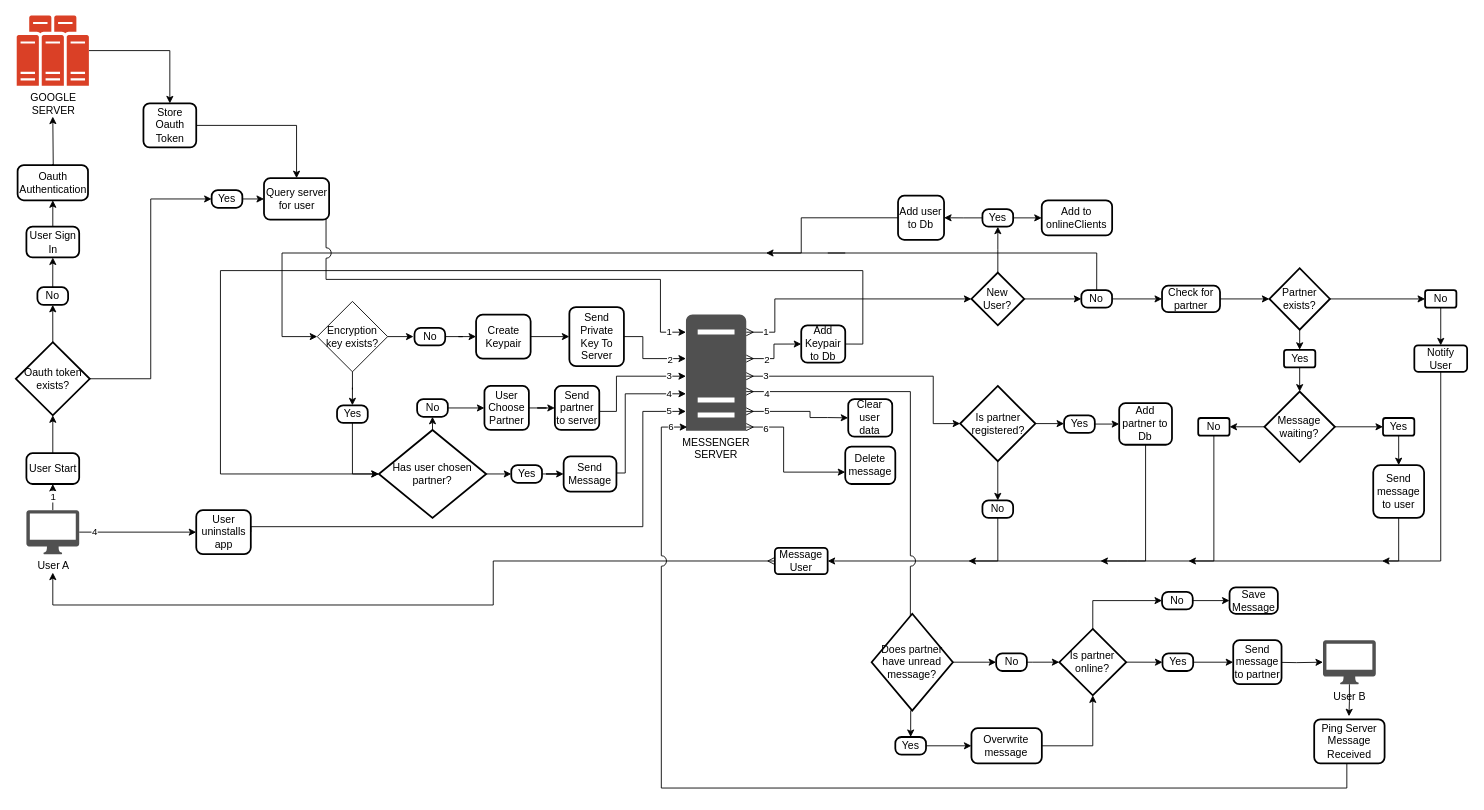
Above: mini_messenger_flowchart.drawio in gitupwithit/mini_messenger_extension (draw.io), before the change. Source tidied: cells renumbered, new cells numbered last; positions are measured from the earlier drawing's top-left corner, leaving out a move shared by most shapes. Both pictures are drawn from the tidied source at 88%, with x=0, y=0 at pixel (16, 15).
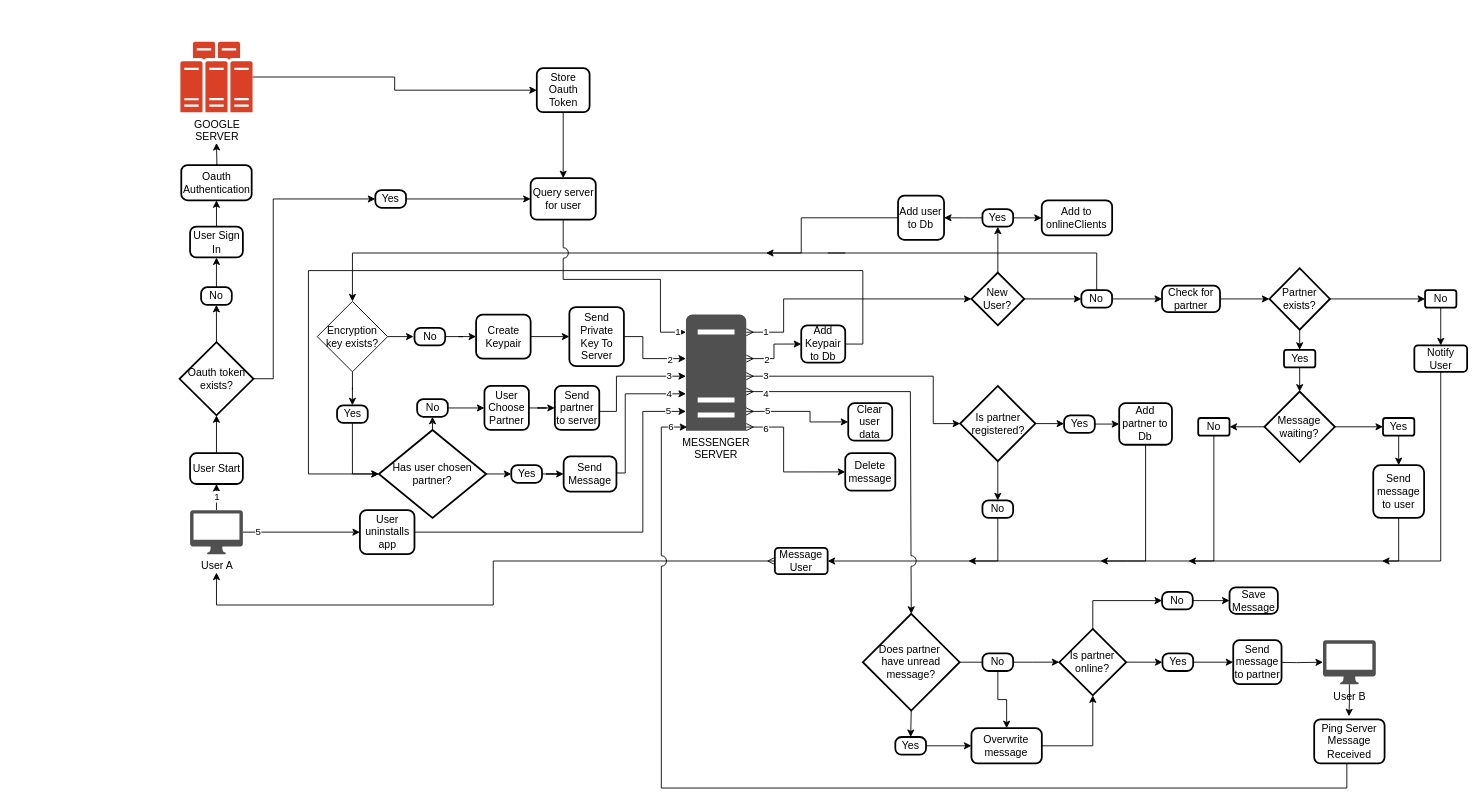
The same diagram, later.

The change refers to these unchanged cells:
```xml
<mxCell id="10" value="MESSENGER&lt;br&gt;SERVER" style="sketch=0;shadow=0;dashed=0;html=1;strokeColor=none;fillColor=#505050;labelPosition=center;verticalLabelPosition=bottom;verticalAlign=top;outlineConnect=0;align=center;shape=mxgraph.office.servers.server_generic;points=[[0.11,0.94,0,0,0],[0.5,1,0,0,34],[1,1,0,2,3]];" parent="1" vertex="1">
  <mxGeometry x="761" y="340" width="68.5" height="132" as="geometry" />
</mxCell>
<mxCell id="17" value="New User?" style="strokeWidth=2;html=1;shape=mxgraph.flowchart.decision;whiteSpace=wrap;" parent="1" vertex="1">
  <mxGeometry x="1085.4" y="292.2" width="60" height="60" as="geometry" />
</mxCell>
<mxCell id="48" value="Has user chosen partner?" style="strokeWidth=2;html=1;shape=mxgraph.flowchart.decision;whiteSpace=wrap;" parent="1" vertex="1">
  <mxGeometry x="412" y="471.1" width="122" height="100" as="geometry" />
</mxCell>
<mxCell id="89" value="Message User" style="whiteSpace=wrap;html=1;rounded=1;arcSize=14;strokeWidth=2;" parent="1" vertex="1">
  <mxGeometry x="862" y="605" width="60" height="30" as="geometry" />
</mxCell>
<mxCell id="97" value="Overwrite&lt;div&gt;message&lt;/div&gt;" style="rounded=1;whiteSpace=wrap;html=1;absoluteArcSize=1;arcSize=14;strokeWidth=2;" parent="1" vertex="1">
  <mxGeometry x="1085.4" y="810" width="80" height="40" as="geometry" />
</mxCell>
<mxCell id="117" value="Encryption key exists?" style="rhombus;whiteSpace=wrap;html=1;" parent="1" vertex="1">
  <mxGeometry x="342" y="325" width="80" height="80" as="geometry" />
</mxCell>
<mxCell id="128" value="Add Keypair to Db" style="rounded=1;whiteSpace=wrap;html=1;absoluteArcSize=1;arcSize=14;strokeWidth=2;" parent="1" vertex="1">
  <mxGeometry x="892" y="352.2" width="50" height="42.5" as="geometry" />
</mxCell>
```

What changed in the source:
```diff
@@
-    <mxCell id="3" value="4" style="edgeStyle=orthogonalEdgeStyle;rounded=0;jettySize=auto;html=1;entryX=0;entryY=0.5;entryDx=0;entryDy=0;" parent="1" edge="1" source="4" target="94">
+    <mxCell id="3" value="5" style="edgeStyle=orthogonalEdgeStyle;rounded=0;jettySize=auto;html=1;entryX=0;entryY=0.5;entryDx=0;entryDy=0;" parent="1" edge="1" source="4" target="94">
       <mxGeometry x="-0.75" relative="1" as="geometry" />
     </mxCell>
     <mxCell id="4" value="User A" style="sketch=0;shadow=0;dashed=0;html=1;strokeColor=none;fillColor=#505050;labelPosition=center;verticalLabelPosition=bottom;verticalAlign=top;outlineConnect=0;align=center;shape=mxgraph.office.devices.mac_client;points=[[0.02,0.06,0,0,0],[0.5,1,0,0,27]];" parent="1" vertex="1">
-      <mxGeometry x="11.5" y="562.2" width="60" height="50" as="geometry" />
+      <mxGeometry x="197.5" y="562.2" width="60" height="50" as="geometry" />
     </mxCell>
     <mxCell id="5" value="User Start" style="rounded=1;whiteSpace=wrap;html=1;absoluteArcSize=1;arcSize=14;strokeWidth=2;" parent="1" vertex="1">
-      <mxGeometry x="11.5" y="497.5" width="60" height="35" as="geometry" />
+      <mxGeometry x="197.5" y="497.5" width="60" height="35" as="geometry" />
     </mxCell>
     <mxCell id="6" value="1" style="edgeStyle=orthogonalEdgeStyle;rounded=0;jettySize=auto;html=1;jumpStyle=none;startArrow=ERmany;startFill=0;strokeWidth=1;shadow=0;entryX=0;entryY=0.5;entryDx=0;entryDy=0;entryPerimeter=0;" parent="1" edge="1" source="10" target="17">
       <mxGeometry x="-0.85" relative="1" as="geometry">
         <Array as="points">
-          <mxPoint x="862" y="360" />
-          <mxPoint x="862" y="322" />
+          <mxPoint x="872" y="360" />
+          <mxPoint x="872" y="322" />
         </Array>
       </mxGeometry>
     </mxCell>
-    <mxCell id="7" value="&lt;div&gt;6&lt;/div&gt;" style="edgeStyle=orthogonalEdgeStyle;rounded=0;orthogonalLoop=1;jettySize=auto;html=1;entryX=0;entryY=0.5;entryDx=0;entryDy=0;startArrow=ERmany;startFill=0;jumpStyle=none;" parent="1" edge="1">
+    <mxCell id="7" value="&lt;div&gt;6&lt;/div&gt;" style="edgeStyle=orthogonalEdgeStyle;rounded=0;jettySize=auto;html=1;entryX=0;entryY=0.5;entryDx=0;entryDy=0;startArrow=ERmany;startFill=0;jumpStyle=none;" parent="1" edge="1" target="101">
       <mxGeometry x="-0.73" y="-2" relative="1" as="geometry">
         <mxPoint x="829.5" y="467.8" as="sourcePoint" />
-        <mxPoint x="942" y="519" as="targetPoint" />
         <Array as="points">
-          <mxPoint x="872" y="467.7" />
-          <mxPoint x="872" y="518.7" />
+          <mxPoint x="872" y="468" />
+          <mxPoint x="872" y="519" />
+          <mxPoint x="942" y="519" />
         </Array>
       </mxGeometry>
     </mxCell>
@@
-    <mxCell id="11" style="edgeStyle=orthogonalEdgeStyle;rounded=0;jettySize=auto;html=1;entryX=0.5;entryY=0;entryDx=0;entryDy=0;" parent="1" edge="1" source="12" target="15">
+    <mxCell id="11" style="edgeStyle=orthogonalEdgeStyle;rounded=0;jettySize=auto;html=1;entryX=0;entryY=0.5;entryDx=0;entryDy=0;" parent="1" edge="1" source="12" target="15">
       <mxGeometry relative="1" as="geometry" />
     </mxCell>
     <mxCell id="12" value="GOOGLE&lt;br&gt;SERVER" style="sketch=0;shadow=0;dashed=0;html=1;strokeColor=none;fillColor=#505050;labelPosition=center;verticalLabelPosition=bottom;verticalAlign=top;outlineConnect=0;align=center;shape=mxgraph.office.servers.server_farm;fillColor=#DA4026;points=[[0,0.84,0,-3,0],[0.5,1,0,0,35]];" parent="1" vertex="1">
-      <mxGeometry x="0.5" width="82" height="80" as="geometry" />
+      <mxGeometry x="186.5" y="30" width="82" height="80" as="geometry" />
     </mxCell>
     <mxCell id="13" value="Oauth&lt;div&gt;&lt;span style=&quot;background-color: initial;&quot;&gt;Authentication&lt;/span&gt;&lt;/div&gt;" style="rounded=1;whiteSpace=wrap;html=1;absoluteArcSize=1;arcSize=14;strokeWidth=2;" parent="1" vertex="1">
-      <mxGeometry x="1.5" y="170.1" width="80" height="40" as="geometry" />
+      <mxGeometry x="187.5" y="170.1" width="80" height="40" as="geometry" />
     </mxCell>
-    <mxCell id="14" style="edgeStyle=orthogonalEdgeStyle;rounded=0;jettySize=auto;html=1;exitX=1;exitY=0.5;exitDx=0;exitDy=0;entryX=0.5;entryY=0;entryDx=0;entryDy=0;" parent="1" edge="1" source="15" target="113">
+    <mxCell id="14" style="edgeStyle=orthogonalEdgeStyle;rounded=0;jettySize=auto;html=1;exitX=0.5;exitY=1;exitDx=0;exitDy=0;entryX=0.5;entryY=0;entryDx=0;entryDy=0;" parent="1" edge="1" source="15" target="113">
       <mxGeometry relative="1" as="geometry" />
     </mxCell>
     <mxCell id="15" value="Store&lt;div&gt;Oauth&lt;/div&gt;&lt;div&gt;Token&lt;/div&gt;" style="rounded=1;whiteSpace=wrap;html=1;absoluteArcSize=1;arcSize=14;strokeWidth=2;" parent="1" vertex="1">
-      <mxGeometry x="144.5" y="100" width="60" height="50" as="geometry" />
+      <mxGeometry x="591.5" y="60" width="60" height="50" as="geometry" />
     </mxCell>
@@
     <mxCell id="27" style="edgeStyle=orthogonalEdgeStyle;rounded=0;jettySize=auto;html=1;exitX=0;exitY=0.5;exitDx=0;exitDy=0;entryX=0.5;entryY=1;entryDx=0;entryDy=21;entryPerimeter=0;startArrow=ERmany;startFill=0;flowAnimation=1;" parent="1" edge="1" source="89" target="4">
       <mxGeometry relative="1" as="geometry">
         <Array as="points">
           <mxPoint x="542" y="620" />
           <mxPoint x="542" y="670" />
-          <mxPoint x="41" y="670" />
+          <mxPoint x="227" y="670" />
         </Array>
       </mxGeometry>
     </mxCell>
-    <mxCell id="28" style="edgeStyle=orthogonalEdgeStyle;rounded=0;jettySize=auto;html=1;flowAnimation=1;entryX=0;entryY=0.5;entryDx=0;entryDy=0;jumpStyle=arc;jumpSize=12;" parent="1" edge="1" target="117">
+    <mxCell id="28" style="edgeStyle=orthogonalEdgeStyle;rounded=0;jettySize=auto;html=1;flowAnimation=1;entryX=0.5;entryY=0;entryDx=0;entryDy=0;jumpStyle=arc;jumpSize=12;" parent="1" edge="1" target="117">
       <mxGeometry relative="1" as="geometry">
         <mxPoint x="892" y="245" as="sourcePoint" />
         <Array as="points">
-          <mxPoint x="892" y="245" />
           <mxPoint x="892" y="270" />
-          <mxPoint x="302" y="270" />
-          <mxPoint x="302" y="365" />
+          <mxPoint x="382" y="270" />
         </Array>
       </mxGeometry>
     </mxCell>
@@
-    <mxCell id="76" value="4" style="edgeStyle=orthogonalEdgeStyle;rounded=0;orthogonalLoop=1;jettySize=auto;html=1;entryX=0.5;entryY=0;entryDx=0;entryDy=0;entryPerimeter=0;startArrow=ERmany;startFill=0;jumpStyle=arc;jumpSize=12;" parent="1" edge="1">
+    <mxCell id="76" value="4" style="edgeStyle=orthogonalEdgeStyle;rounded=0;jettySize=auto;html=1;startArrow=ERmany;startFill=0;jumpStyle=arc;jumpSize=12;entryX=0.5;entryY=0;entryDx=0;entryDy=0;entryPerimeter=0;" parent="1" edge="1" target="84">
       <mxGeometry x="-0.9" y="-2" relative="1" as="geometry">
         <mxPoint x="829.5" y="427.5" as="sourcePoint" />
-        <mxPoint x="1018.2" y="701.5" as="targetPoint" />
         <Array as="points">
-          <mxPoint x="1016" y="427.5" />
-          <mxPoint x="1016" y="696.5" />
+          <mxPoint x="1016" y="428" />
+          <mxPoint x="1016" y="650" />
+          <mxPoint x="1017" y="650" />
         </Array>
       </mxGeometry>
     </mxCell>
@@
-    <mxCell id="84" value="&lt;span style=&quot;background-color: initial;&quot;&gt;Does partner have unread message?&lt;/span&gt;" style="strokeWidth=2;html=1;shape=mxgraph.flowchart.decision;whiteSpace=wrap;" parent="1" vertex="1">
-      <mxGeometry x="972" y="680" width="92.3" height="110" as="geometry" />
+    <mxCell id="84" value="&lt;span style=&quot;background-color: initial;&quot;&gt;Does partner&amp;nbsp;&lt;/span&gt;&lt;div&gt;&lt;span style=&quot;background-color: initial;&quot;&gt;have unread message?&lt;/span&gt;&lt;/div&gt;" style="strokeWidth=2;html=1;shape=mxgraph.flowchart.decision;whiteSpace=wrap;" parent="1" vertex="1">
+      <mxGeometry x="962" y="680" width="110" height="110" as="geometry" />
     </mxCell>
@@
+    <mxCell id="131" style="edgeStyle=orthogonalEdgeStyle;rounded=0;jettySize=auto;html=1;" parent="1" edge="1" source="87" target="97">
+      <mxGeometry relative="1" as="geometry" />
+    </mxCell>
     <mxCell id="87" value="No" style="rounded=1;whiteSpace=wrap;html=1;absoluteArcSize=1;arcSize=14;strokeWidth=2;" parent="1" vertex="1">
-      <mxGeometry x="1113.5" y="725" width="34.9" height="20" as="geometry" />
+      <mxGeometry x="1097.9" y="725" width="34.9" height="20" as="geometry" />
     </mxCell>
@@
     <mxCell id="93" value="5" style="edgeStyle=orthogonalEdgeStyle;rounded=0;jettySize=auto;html=1;exitX=1;exitY=0.5;exitDx=0;exitDy=0;" parent="1" edge="1" source="94" target="10">
-      <mxGeometry x="0.94" relative="1" as="geometry">
+      <mxGeometry x="0.91" relative="1" as="geometry">
         <Array as="points">
-          <mxPoint x="267" y="581" />
-          <mxPoint x="712" y="581" />
+          <mxPoint x="712" y="587" />
           <mxPoint x="712" y="450" />
         </Array>
       </mxGeometry>
     </mxCell>
     <mxCell id="94" value="User uninstalls app" style="rounded=1;whiteSpace=wrap;html=1;absoluteArcSize=1;arcSize=15;strokeWidth=2;" parent="1" vertex="1">
-      <mxGeometry x="204.5" y="562.2" width="62" height="50" as="geometry" />
+      <mxGeometry x="390.5" y="562.2" width="62" height="50" as="geometry" />
     </mxCell>
     <mxCell id="95" value="Clear&lt;div&gt;user&lt;/div&gt;&lt;div&gt;data&lt;/div&gt;" style="rounded=1;whiteSpace=wrap;html=1;absoluteArcSize=1;arcSize=14;strokeWidth=2;" parent="1" vertex="1">
-      <mxGeometry x="945.4" y="436.1" width="50" height="42.5" as="geometry" />
+      <mxGeometry x="945.4" y="440.7" width="50" height="42.5" as="geometry" />
     </mxCell>
     <mxCell id="96" value="5" style="edgeStyle=orthogonalEdgeStyle;rounded=0;jettySize=auto;html=1;startArrow=ERmany;startFill=0;entryX=0;entryY=0.5;entryDx=0;entryDy=0;" parent="1" edge="1" source="10" target="95">
       <mxGeometry x="-0.63" relative="1" as="geometry">
         <Array as="points">
           <mxPoint x="902" y="450" />
-          <mxPoint x="902" y="457" />
-          <mxPoint x="922" y="457" />
+          <mxPoint x="902" y="462" />
         </Array>
       </mxGeometry>
     </mxCell>
@@
     <mxCell id="101" value="Delete message" style="rounded=1;whiteSpace=wrap;html=1;absoluteArcSize=1;arcSize=14;strokeWidth=2;" parent="1" vertex="1">
-      <mxGeometry x="942" y="490" width="56.9" height="42.5" as="geometry" />
+      <mxGeometry x="942" y="497.5" width="56.9" height="42.5" as="geometry" />
     </mxCell>
@@
     <mxCell id="103" style="edgeStyle=orthogonalEdgeStyle;rounded=0;jettySize=auto;html=1;exitX=1;exitY=0.5;exitDx=0;exitDy=0;exitPerimeter=0;jumpStyle=arc;jumpSize=12;entryX=0;entryY=0.5;entryDx=0;entryDy=0;" parent="1" edge="1" source="104" target="106">
-      <mxGeometry relative="1" as="geometry" />
+      <mxGeometry relative="1" as="geometry">
+        <Array as="points">
+          <mxPoint x="292" y="413" />
+          <mxPoint x="292" y="209" />
+        </Array>
+      </mxGeometry>
     </mxCell>
     <mxCell id="104" value="Oauth token exists?" style="strokeWidth=2;html=1;shape=mxgraph.flowchart.decision;whiteSpace=wrap;" parent="1" vertex="1">
-      <mxGeometry x="-0.5" y="371.4" width="84" height="83" as="geometry" />
+      <mxGeometry x="185.5" y="371.4" width="84" height="83" as="geometry" />
     </mxCell>
@@
     <mxCell id="106" value="Yes" style="rounded=1;whiteSpace=wrap;html=1;absoluteArcSize=1;arcSize=14;strokeWidth=2;" parent="1" vertex="1">
-      <mxGeometry x="222" y="198.6" width="34.9" height="20" as="geometry" />
+      <mxGeometry x="408" y="198.6" width="34.9" height="20" as="geometry" />
     </mxCell>
     <mxCell id="107" value="No" style="rounded=1;whiteSpace=wrap;html=1;absoluteArcSize=1;arcSize=14;strokeWidth=2;" parent="1" vertex="1">
-      <mxGeometry x="24" y="308.9" width="34.9" height="20" as="geometry" />
+      <mxGeometry x="210" y="308.9" width="34.9" height="20" as="geometry" />
     </mxCell>
@@
     <mxCell id="109" style="edgeStyle=orthogonalEdgeStyle;rounded=0;jettySize=auto;html=1;exitX=0.5;exitY=0;exitDx=0;exitDy=0;entryX=0.5;entryY=1;entryDx=0;entryDy=35;entryPerimeter=0;" parent="1" edge="1" source="13" target="12">
       <mxGeometry relative="1" as="geometry">
         <Array as="points">
-          <mxPoint x="42" y="169" />
-          <mxPoint x="42" y="170" />
-          <mxPoint x="38" y="170" />
+          <mxPoint x="228" y="169" />
+          <mxPoint x="228" y="170" />
+          <mxPoint x="224" y="170" />
         </Array>
       </mxGeometry>
     </mxCell>
@@
     <mxCell id="111" value="User Sign In" style="rounded=1;whiteSpace=wrap;html=1;absoluteArcSize=1;arcSize=14;strokeWidth=2;" parent="1" vertex="1">
-      <mxGeometry x="11.5" y="240.1" width="60" height="35" as="geometry" />
+      <mxGeometry x="197.5" y="240.1" width="60" height="35" as="geometry" />
     </mxCell>
-    <mxCell id="112" value="1" style="edgeStyle=orthogonalEdgeStyle;rounded=0;jettySize=auto;html=1;exitX=1;exitY=0.5;exitDx=0;exitDy=0;jumpStyle=arc;jumpSize=12;" parent="1" edge="1" target="10">
+    <mxCell id="112" value="1" style="edgeStyle=orthogonalEdgeStyle;rounded=0;jettySize=auto;html=1;exitX=0.5;exitY=1;exitDx=0;exitDy=0;jumpStyle=arc;jumpSize=12;" parent="1" edge="1" source="113" target="10">
       <mxGeometry x="0.93" relative="1" as="geometry">
-        <mxPoint x="352" y="231.1" as="sourcePoint" />
         <Array as="points">
-          <mxPoint x="352" y="300" />
+          <mxPoint x="622" y="232" />
+          <mxPoint x="622" y="300" />
           <mxPoint x="732" y="300" />
           <mxPoint x="732" y="360" />
         </Array>
       </mxGeometry>
     </mxCell>
     <mxCell id="113" value="Query server for user" style="rounded=1;whiteSpace=wrap;html=1;absoluteArcSize=1;arcSize=14;strokeWidth=2;" parent="1" vertex="1">
-      <mxGeometry x="281.5" y="185" width="74" height="47.2" as="geometry" />
+      <mxGeometry x="584.5" y="185" width="74" height="47.2" as="geometry" />
     </mxCell>
@@
     <mxCell id="127" style="edgeStyle=orthogonalEdgeStyle;rounded=0;jettySize=auto;html=1;exitX=1;exitY=0.5;exitDx=0;exitDy=0;flowAnimation=1;entryX=0;entryY=0.5;entryDx=0;entryDy=0;entryPerimeter=0;" parent="1" edge="1" source="128" target="48">
       <mxGeometry relative="1" as="geometry">
         <Array as="points">
-          <mxPoint x="962" y="373" />
+          <mxPoint x="962" y="374" />
           <mxPoint x="962" y="290" />
-          <mxPoint x="232" y="290" />
-          <mxPoint x="232" y="521" />
+          <mxPoint x="332" y="290" />
+          <mxPoint x="332" y="521" />
         </Array>
       </mxGeometry>
     </mxCell>
```
